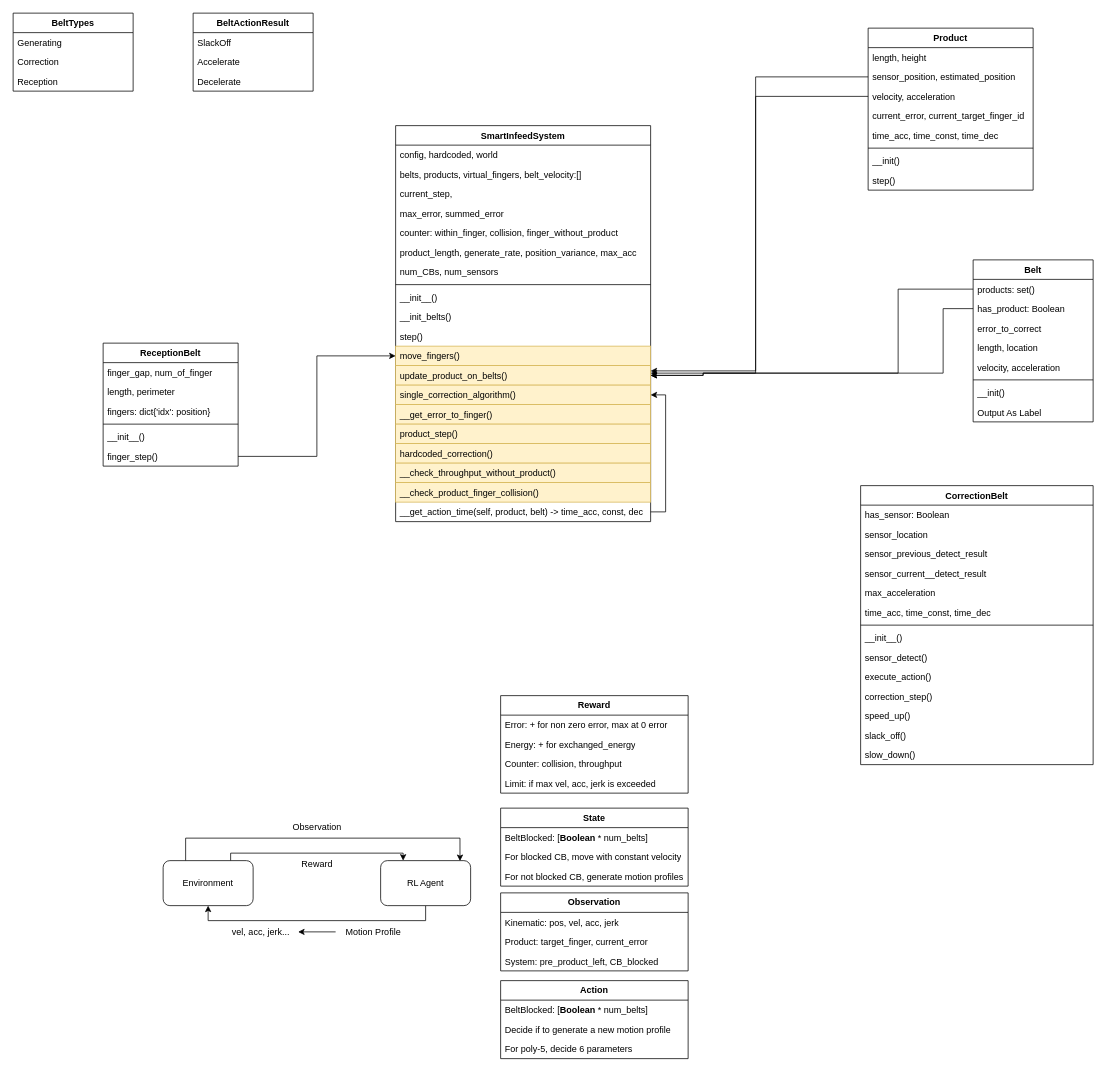
Above: SmartInfeedSystem.drawio in RiemannLee19/UMLs (draw.io), before the change. Source tidied: cells renumbered, new cells numbered last; positions are measured from the earlier drawing's top-left corner, leaving out a move shared by most shapes. Both pictures are drawn from the tidied source at 75%, with x=0, y=0 at pixel (13, 13).
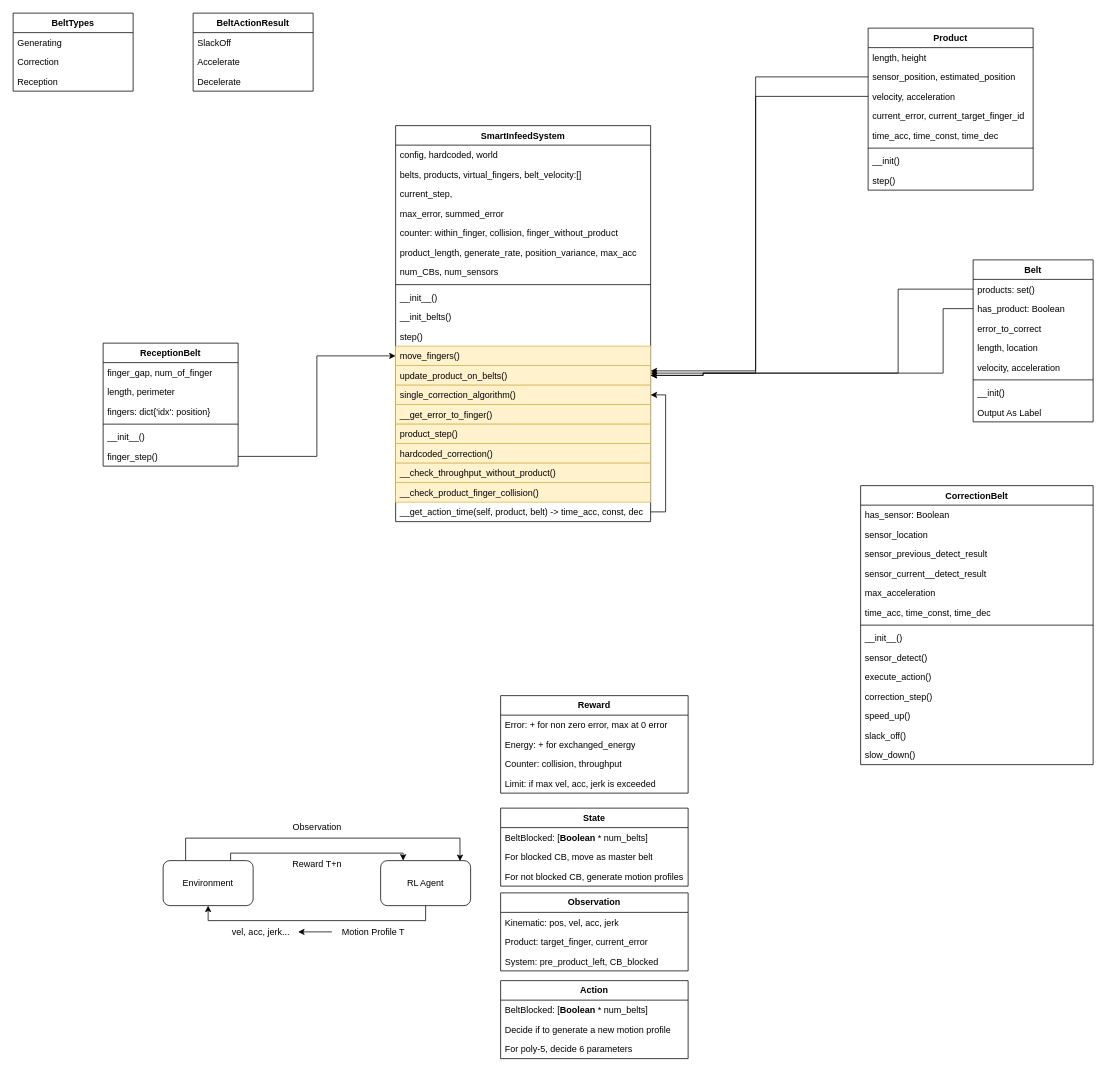
The same diagram, later.

The change refers to these unchanged cells:
```xml
<mxCell id="96" value="&lt;b&gt;State&lt;/b&gt;" style="swimlane;fontStyle=0;horizontal=1;startSize=26;fillColor=none;whiteSpace=wrap;html=1;" parent="1" vertex="1">
  <mxGeometry x="650" y="1060" width="250" height="104" as="geometry" />
</mxCell>
```

Change to the diagram source:
```diff
@@
-    <mxCell id="82" value="Reward" style="text;html=1;align=center;verticalAlign=middle;strokeColor=none;fillColor=none;" parent="1" vertex="1">
-      <mxGeometry x="375" y="1120" width="60" height="30" as="geometry" />
+    <mxCell id="82" value="Reward T+n" style="text;html=1;align=center;verticalAlign=middle;strokeColor=none;fillColor=none;" parent="1" vertex="1">
+      <mxGeometry x="360" y="1120" width="90" height="30" as="geometry" />
     </mxCell>
@@
-    <mxCell id="84" value="Motion Profile" style="text;html=1;align=center;verticalAlign=middle;points=[];strokeColor=none;fillColor=none;" parent="1" vertex="1">
-      <mxGeometry x="430" y="1210" width="100" height="30" as="geometry" />
+    <mxCell id="84" value="Motion Profile T" style="text;html=1;align=center;verticalAlign=middle;points=[];strokeColor=none;fillColor=none;" parent="1" vertex="1">
+      <mxGeometry x="425" y="1210" width="110" height="30" as="geometry" />
     </mxCell>
@@
-    <mxCell id="98" value="For blocked CB, move with constant velocity" style="text;strokeColor=none;fillColor=none;align=left;verticalAlign=top;spacingLeft=4;spacingRight=4;overflow=hidden;whiteSpace=wrap;html=1;" parent="96" vertex="1">
+    <mxCell id="98" value="For blocked CB, move as master belt" style="text;strokeColor=none;fillColor=none;align=left;verticalAlign=top;spacingLeft=4;spacingRight=4;overflow=hidden;whiteSpace=wrap;html=1;" parent="96" vertex="1">
       <mxGeometry y="52" width="250" height="26" as="geometry" />
     </mxCell>
```
